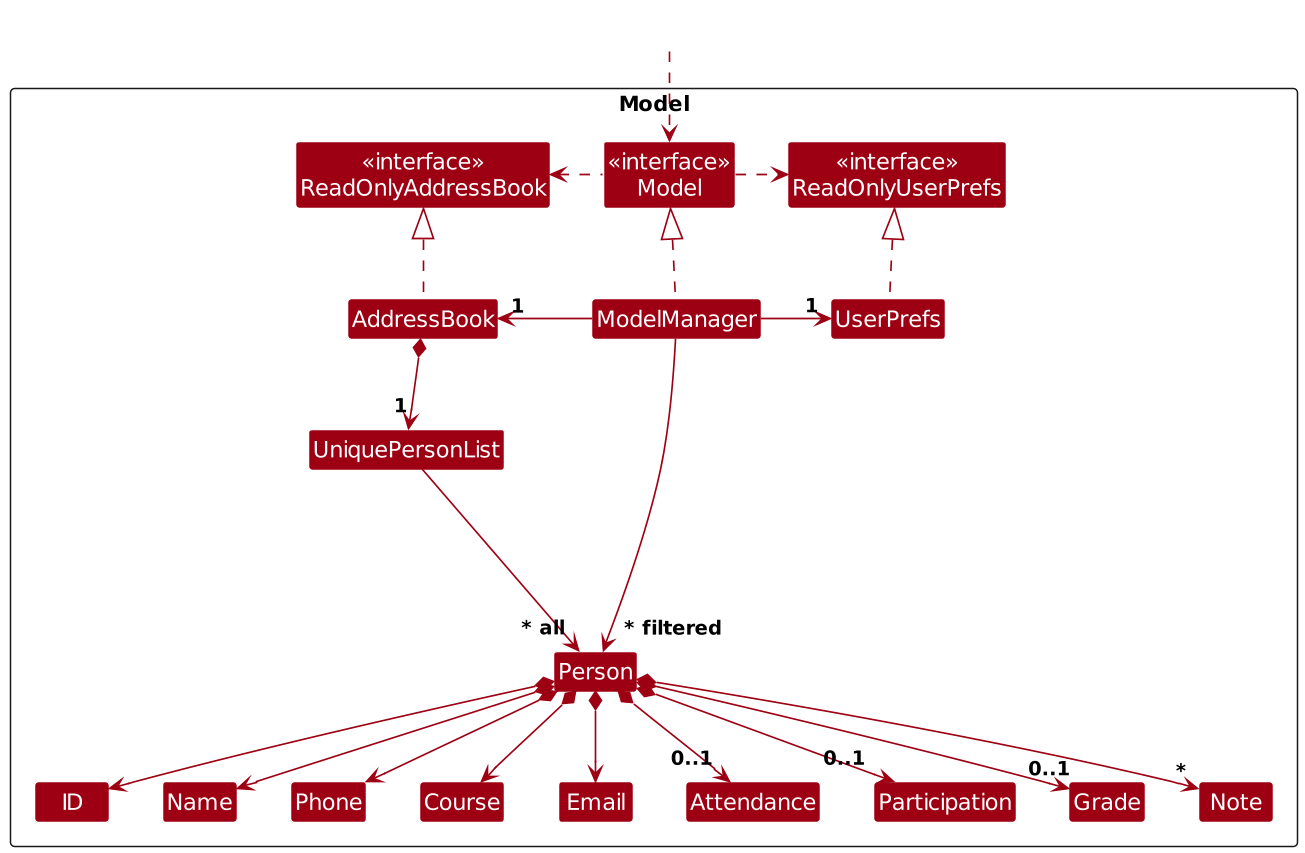
Before: diagrams/ModelClassDiagram.png, a diagram exported from PlantUML (AY2425S2-CS2103T-T10-3/tp). Its source is kept beside it as diagrams/ModelClassDiagram.puml.
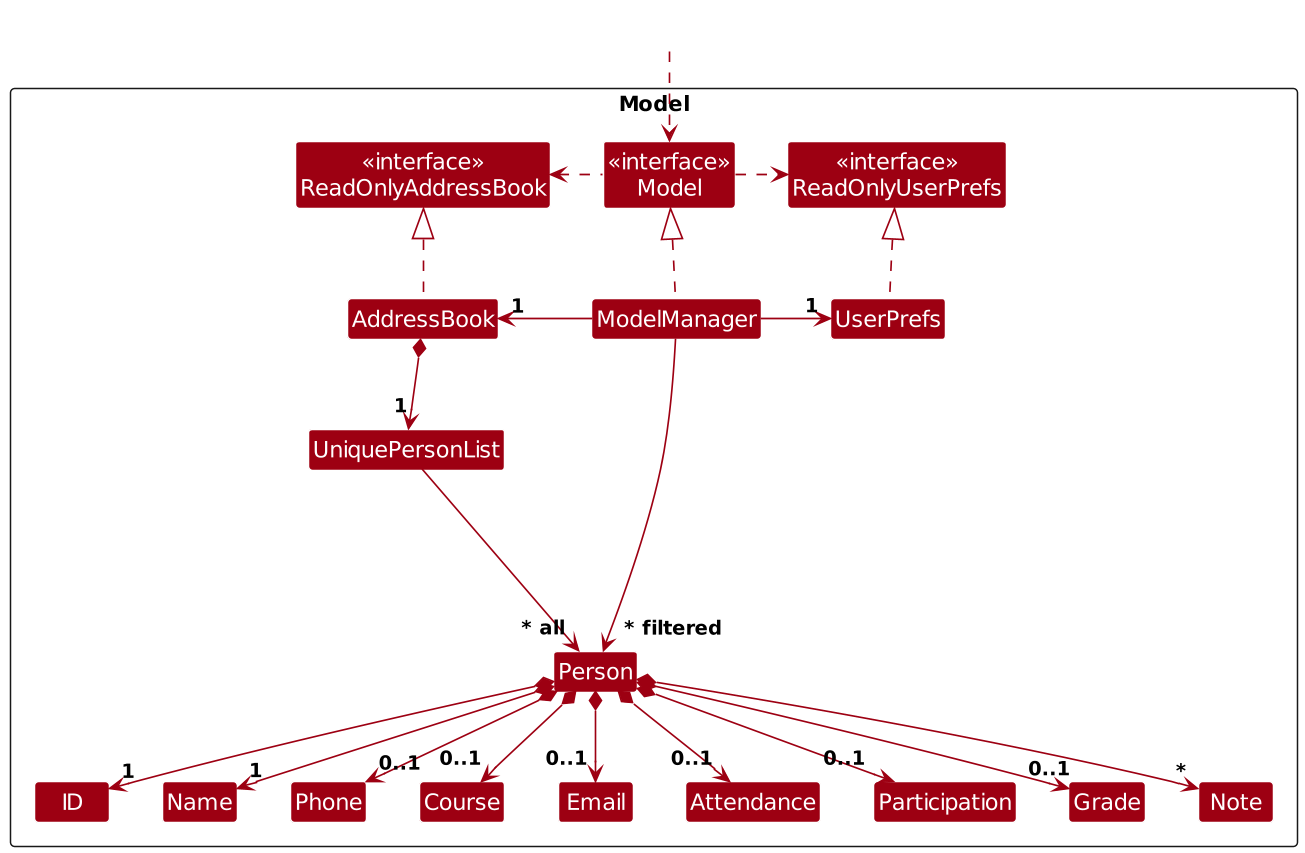
After the commit.

What changed in the source:
```diff
@@ -42,11 +42,11 @@
 
 AddressBook *--> "1" UniquePersonList
 UniquePersonList --> "~* all" Person
-Person *--> ID
-Person *--> Name
-Person *--> Phone
-Person *--> Email
-Person *--> Course
+Person *--> "1" ID
+Person *--> "1" Name
+Person *--> "0..1" Phone
+Person *--> "0..1" Email
+Person *--> "0..1" Course
 Person *--> "0..1" Attendance
 Person *--> "0..1" Participation
 Person *--> "0..1" Grade
```
